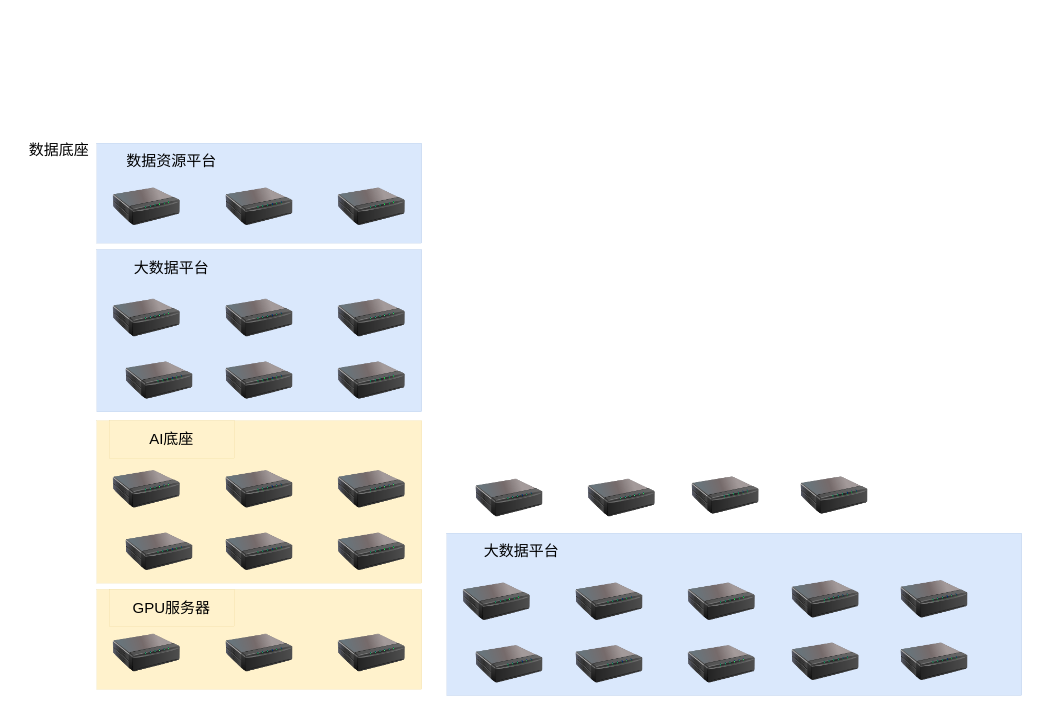
Above: page "第 1 页" (1 of 5) of 20230326.drawio in bj-ehualu/drawio (draw.io), before the change. Source tidied: cells renumbered, new cells numbered last; positions are measured from the earlier drawing's top-left corner, leaving out a move shared by most shapes. Both pictures are drawn from the tidied source at 125%, with x=0, y=0 at pixel (21, 131).
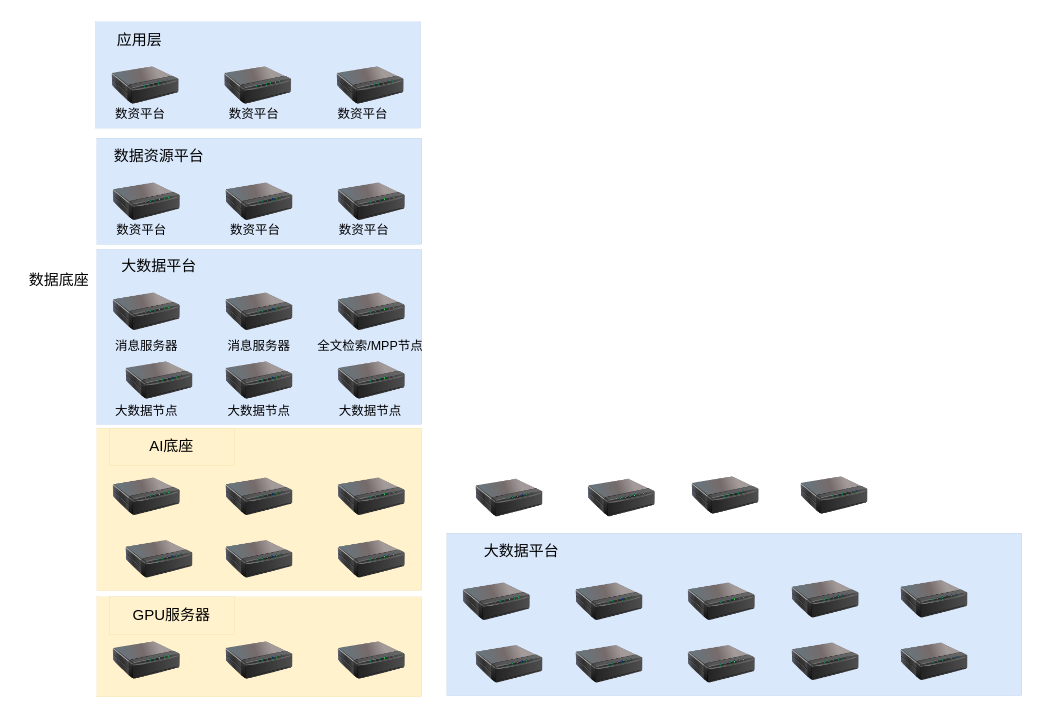
The same page after the edit.

Change to the diagram source:
```diff
@@
     <mxCell id="2" style="rounded=0;whiteSpace=wrap;html=1;fillColor=#dae8fc;strokeColor=#6c8ebf;strokeWidth=0;" parent="1" vertex="1">
-      <mxGeometry x="60" y="94" width="260" height="130" as="geometry" />
+      <mxGeometry x="60" y="94" width="260" height="140" as="geometry" />
     </mxCell>
     <mxCell id="3" style="image;html=1;image=img/lib/clip_art/networking/Print_Server_128x128.png;" parent="1" vertex="1">
-      <mxGeometry x="50" y="134" width="100" height="30" as="geometry" />
+      <mxGeometry x="50" y="129" width="100" height="30" as="geometry" />
     </mxCell>
     <mxCell id="4" style="image;html=1;image=img/lib/clip_art/networking/Print_Server_128x128.png;" parent="1" vertex="1">
-      <mxGeometry x="140" y="134" width="100" height="30" as="geometry" />
+      <mxGeometry x="140" y="129" width="100" height="30" as="geometry" />
     </mxCell>
     <mxCell id="5" style="image;html=1;image=img/lib/clip_art/networking/Print_Server_128x128.png;" parent="1" vertex="1">
-      <mxGeometry x="230" y="134" width="100" height="30" as="geometry" />
+      <mxGeometry x="230" y="129" width="100" height="30" as="geometry" />
     </mxCell>
@@
     <mxCell id="9" value="数据底座" style="text;html=1;align=center;verticalAlign=middle;whiteSpace=wrap;rounded=0;" parent="1" vertex="1">
-      <mxGeometry width="60" height="30" as="geometry" />
+      <mxGeometry y="104" width="60" height="30" as="geometry" />
     </mxCell>
     <mxCell id="10" value="大数据平台" style="text;html=1;align=center;verticalAlign=middle;whiteSpace=wrap;rounded=0;" parent="1" vertex="1">
-      <mxGeometry x="70" y="94" width="100" height="30" as="geometry" />
+      <mxGeometry x="60" y="93" width="100" height="30" as="geometry" />
     </mxCell>
     <mxCell id="11" style="rounded=0;whiteSpace=wrap;html=1;fillColor=#dae8fc;strokeColor=#6c8ebf;strokeWidth=0;" parent="1" vertex="1">
-      <mxGeometry x="60" y="9" width="260" height="80" as="geometry" />
+      <mxGeometry x="60" y="5" width="260" height="85" as="geometry" />
     </mxCell>
     <mxCell id="12" style="image;html=1;image=img/lib/clip_art/networking/Print_Server_128x128.png;" parent="1" vertex="1">
-      <mxGeometry x="50" y="45" width="100" height="30" as="geometry" />
+      <mxGeometry x="50" y="41" width="100" height="30" as="geometry" />
     </mxCell>
     <mxCell id="13" style="image;html=1;image=img/lib/clip_art/networking/Print_Server_128x128.png;" parent="1" vertex="1">
-      <mxGeometry x="140" y="45" width="100" height="30" as="geometry" />
+      <mxGeometry x="140" y="41" width="100" height="30" as="geometry" />
     </mxCell>
     <mxCell id="14" style="image;html=1;image=img/lib/clip_art/networking/Print_Server_128x128.png;" parent="1" vertex="1">
-      <mxGeometry x="230" y="45" width="100" height="30" as="geometry" />
+      <mxGeometry x="230" y="41" width="100" height="30" as="geometry" />
     </mxCell>
     <mxCell id="15" value="数据资源平台" style="text;html=1;align=center;verticalAlign=middle;whiteSpace=wrap;rounded=0;" parent="1" vertex="1">
-      <mxGeometry x="70" y="9" width="100" height="30" as="geometry" />
+      <mxGeometry x="60" y="5" width="100" height="30" as="geometry" />
     </mxCell>
     <mxCell id="16" style="rounded=0;whiteSpace=wrap;html=1;fillColor=#fff2cc;strokeColor=#d6b656;strokeWidth=0;" parent="1" vertex="1">
-      <mxGeometry x="60" y="231" width="260" height="130" as="geometry" />
+      <mxGeometry x="60" y="237" width="260" height="130" as="geometry" />
     </mxCell>
     <mxCell id="17" style="image;html=1;image=img/lib/clip_art/networking/Print_Server_128x128.png;fillColor=#fff2cc;strokeColor=#d6b656;" parent="1" vertex="1">
-      <mxGeometry x="50" y="271" width="100" height="30" as="geometry" />
+      <mxGeometry x="50" y="277" width="100" height="30" as="geometry" />
     </mxCell>
     <mxCell id="18" style="image;html=1;image=img/lib/clip_art/networking/Print_Server_128x128.png;fillColor=#fff2cc;strokeColor=#d6b656;" parent="1" vertex="1">
-      <mxGeometry x="140" y="271" width="100" height="30" as="geometry" />
+      <mxGeometry x="140" y="277" width="100" height="30" as="geometry" />
     </mxCell>
     <mxCell id="19" style="image;html=1;image=img/lib/clip_art/networking/Print_Server_128x128.png;fillColor=#fff2cc;strokeColor=#d6b656;" parent="1" vertex="1">
-      <mxGeometry x="230" y="271" width="100" height="30" as="geometry" />
+      <mxGeometry x="230" y="277" width="100" height="30" as="geometry" />
     </mxCell>
     <mxCell id="20" style="image;html=1;image=img/lib/clip_art/networking/Print_Server_128x128.png;fillColor=#fff2cc;strokeColor=#d6b656;" parent="1" vertex="1">
-      <mxGeometry x="60" y="321" width="100" height="30" as="geometry" />
+      <mxGeometry x="60" y="327" width="100" height="30" as="geometry" />
     </mxCell>
     <mxCell id="21" style="image;html=1;image=img/lib/clip_art/networking/Print_Server_128x128.png;fillColor=#fff2cc;strokeColor=#d6b656;" parent="1" vertex="1">
-      <mxGeometry x="140" y="321" width="100" height="30" as="geometry" />
+      <mxGeometry x="140" y="327" width="100" height="30" as="geometry" />
     </mxCell>
     <mxCell id="22" style="image;html=1;image=img/lib/clip_art/networking/Print_Server_128x128.png;fillColor=#fff2cc;strokeColor=#d6b656;" parent="1" vertex="1">
-      <mxGeometry x="230" y="321" width="100" height="30" as="geometry" />
+      <mxGeometry x="230" y="327" width="100" height="30" as="geometry" />
     </mxCell>
     <mxCell id="23" value="AI底座" style="text;html=1;align=center;verticalAlign=middle;whiteSpace=wrap;rounded=0;fillColor=#fff2cc;strokeColor=#d6b656;strokeWidth=0;" parent="1" vertex="1">
-      <mxGeometry x="70" y="231" width="100" height="30" as="geometry" />
+      <mxGeometry x="70" y="237" width="100" height="30" as="geometry" />
     </mxCell>
     <mxCell id="24" style="rounded=0;whiteSpace=wrap;html=1;fillColor=#fff2cc;strokeColor=#d6b656;strokeWidth=0;" parent="1" vertex="1">
-      <mxGeometry x="60" y="366" width="260" height="80" as="geometry" />
+      <mxGeometry x="60" y="372" width="260" height="80" as="geometry" />
     </mxCell>
     <mxCell id="25" style="image;html=1;image=img/lib/clip_art/networking/Print_Server_128x128.png;fillColor=#fff2cc;strokeColor=#d6b656;" parent="1" vertex="1">
-      <mxGeometry x="50" y="402" width="100" height="30" as="geometry" />
+      <mxGeometry x="50" y="408" width="100" height="30" as="geometry" />
     </mxCell>
     <mxCell id="26" style="image;html=1;image=img/lib/clip_art/networking/Print_Server_128x128.png;fillColor=#fff2cc;strokeColor=#d6b656;" parent="1" vertex="1">
-      <mxGeometry x="140" y="402" width="100" height="30" as="geometry" />
+      <mxGeometry x="140" y="408" width="100" height="30" as="geometry" />
     </mxCell>
     <mxCell id="27" style="image;html=1;image=img/lib/clip_art/networking/Print_Server_128x128.png;fillColor=#fff2cc;strokeColor=#d6b656;" parent="1" vertex="1">
-      <mxGeometry x="230" y="402" width="100" height="30" as="geometry" />
+      <mxGeometry x="230" y="408" width="100" height="30" as="geometry" />
     </mxCell>
     <mxCell id="28" value="GPU服务器" style="text;html=1;align=center;verticalAlign=middle;whiteSpace=wrap;rounded=0;fillColor=#fff2cc;strokeColor=#d6b656;strokeWidth=0;" parent="1" vertex="1">
-      <mxGeometry x="70" y="366" width="100" height="30" as="geometry" />
+      <mxGeometry x="70" y="372" width="100" height="30" as="geometry" />
     </mxCell>
@@
+    <mxCell id="45" value="大数据节点" style="text;html=1;align=center;verticalAlign=middle;whiteSpace=wrap;rounded=0;fontSize=10;" parent="1" vertex="1">
+      <mxGeometry x="50" y="208" width="100" height="30" as="geometry" />
+    </mxCell>
+    <mxCell id="46" value="大数据节点" style="text;html=1;align=center;verticalAlign=middle;whiteSpace=wrap;rounded=0;fontSize=10;" parent="1" vertex="1">
+      <mxGeometry x="140" y="208" width="100" height="30" as="geometry" />
+    </mxCell>
+    <mxCell id="47" value="大数据节点" style="text;html=1;align=center;verticalAlign=middle;whiteSpace=wrap;rounded=0;fontSize=10;" parent="1" vertex="1">
+      <mxGeometry x="229" y="208" width="100" height="30" as="geometry" />
+    </mxCell>
+    <mxCell id="48" value="消息服务器" style="text;html=1;align=center;verticalAlign=middle;whiteSpace=wrap;rounded=0;fontSize=10;" parent="1" vertex="1">
+      <mxGeometry x="140" y="156" width="100" height="30" as="geometry" />
+    </mxCell>
+    <mxCell id="49" value="全文检索/MPP节点" style="text;html=1;align=center;verticalAlign=middle;whiteSpace=wrap;rounded=0;fontSize=10;" parent="1" vertex="1">
+      <mxGeometry x="229" y="156" width="100" height="30" as="geometry" />
+    </mxCell>
+    <mxCell id="50" value="消息服务器" style="text;html=1;align=center;verticalAlign=middle;whiteSpace=wrap;rounded=0;fontSize=10;" parent="1" vertex="1">
+      <mxGeometry x="50" y="156" width="100" height="30" as="geometry" />
+    </mxCell>
+    <mxCell id="51" value="数资平台" style="text;html=1;align=center;verticalAlign=middle;whiteSpace=wrap;rounded=0;fontSize=10;" parent="1" vertex="1">
+      <mxGeometry x="46" y="63" width="100" height="30" as="geometry" />
+    </mxCell>
+    <mxCell id="52" value="数资平台" style="text;html=1;align=center;verticalAlign=middle;whiteSpace=wrap;rounded=0;fontSize=10;" parent="1" vertex="1">
+      <mxGeometry x="137" y="63" width="100" height="30" as="geometry" />
+    </mxCell>
+    <mxCell id="53" value="数资平台" style="text;html=1;align=center;verticalAlign=middle;whiteSpace=wrap;rounded=0;fontSize=10;" parent="1" vertex="1">
+      <mxGeometry x="224" y="63" width="100" height="30" as="geometry" />
+    </mxCell>
+    <mxCell id="54" style="rounded=0;whiteSpace=wrap;html=1;fillColor=#dae8fc;strokeColor=#6c8ebf;strokeWidth=0;" parent="1" vertex="1">
+      <mxGeometry x="59" y="-88" width="260" height="85" as="geometry" />
+    </mxCell>
+    <mxCell id="55" style="image;html=1;image=img/lib/clip_art/networking/Print_Server_128x128.png;" parent="1" vertex="1">
+      <mxGeometry x="49" y="-52" width="100" height="30" as="geometry" />
+    </mxCell>
+    <mxCell id="56" style="image;html=1;image=img/lib/clip_art/networking/Print_Server_128x128.png;" parent="1" vertex="1">
+      <mxGeometry x="139" y="-52" width="100" height="30" as="geometry" />
+    </mxCell>
+    <mxCell id="57" style="image;html=1;image=img/lib/clip_art/networking/Print_Server_128x128.png;" parent="1" vertex="1">
+      <mxGeometry x="229" y="-52" width="100" height="30" as="geometry" />
+    </mxCell>
+    <mxCell id="58" value="应用层" style="text;html=1;align=center;verticalAlign=middle;whiteSpace=wrap;rounded=0;" parent="1" vertex="1">
+      <mxGeometry x="59" y="-88" width="71" height="30" as="geometry" />
+    </mxCell>
+    <mxCell id="59" value="数资平台" style="text;html=1;align=center;verticalAlign=middle;whiteSpace=wrap;rounded=0;fontSize=10;" parent="1" vertex="1">
+      <mxGeometry x="45" y="-30" width="100" height="30" as="geometry" />
+    </mxCell>
+    <mxCell id="60" value="数资平台" style="text;html=1;align=center;verticalAlign=middle;whiteSpace=wrap;rounded=0;fontSize=10;" parent="1" vertex="1">
+      <mxGeometry x="136" y="-30" width="100" height="30" as="geometry" />
+    </mxCell>
+    <mxCell id="61" value="数资平台" style="text;html=1;align=center;verticalAlign=middle;whiteSpace=wrap;rounded=0;fontSize=10;" parent="1" vertex="1">
+      <mxGeometry x="223" y="-30" width="100" height="30" as="geometry" />
+    </mxCell>
```
